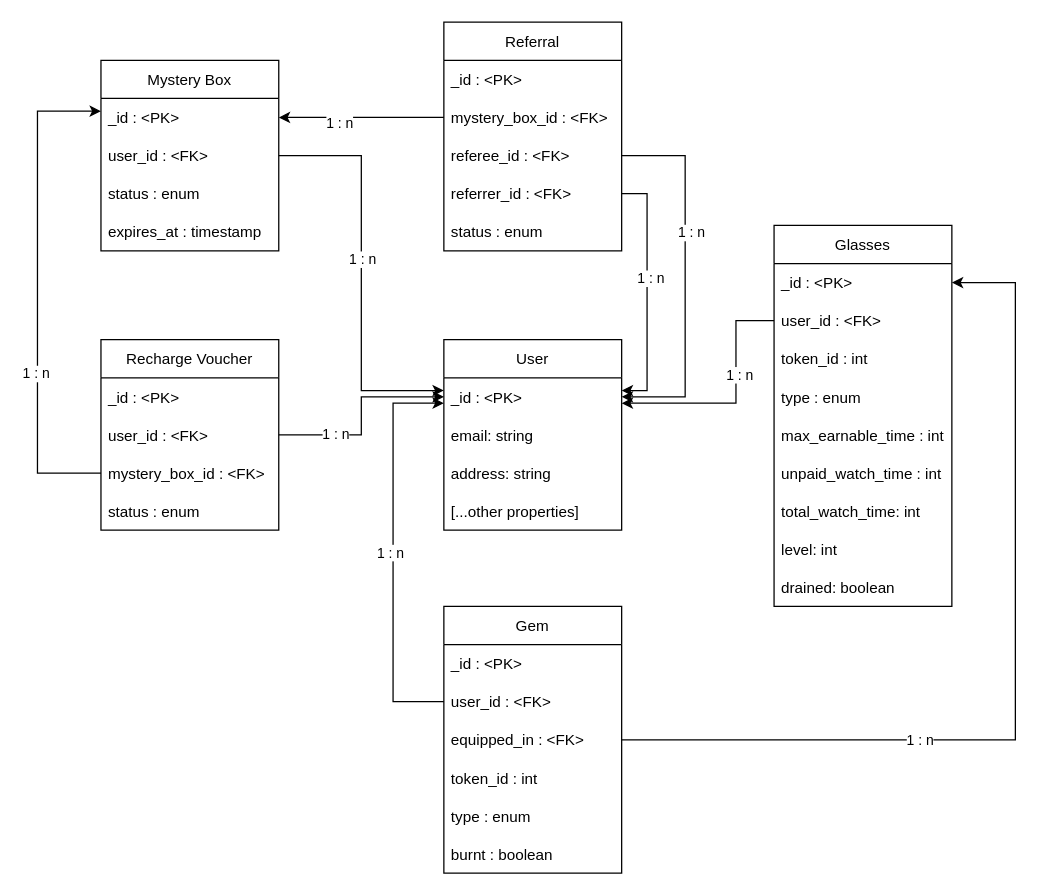
This is draw.io/script-tv.drawio from n4beel/diagrams, a draw.io file, before an edit. Source tidied: cells renumbered, new cells numbered last; positions are measured from the earlier drawing's top-left corner, leaving out a move shared by most shapes. Both pictures are drawn from the tidied source at 127%, with x=0, y=0 at pixel (37, 22).
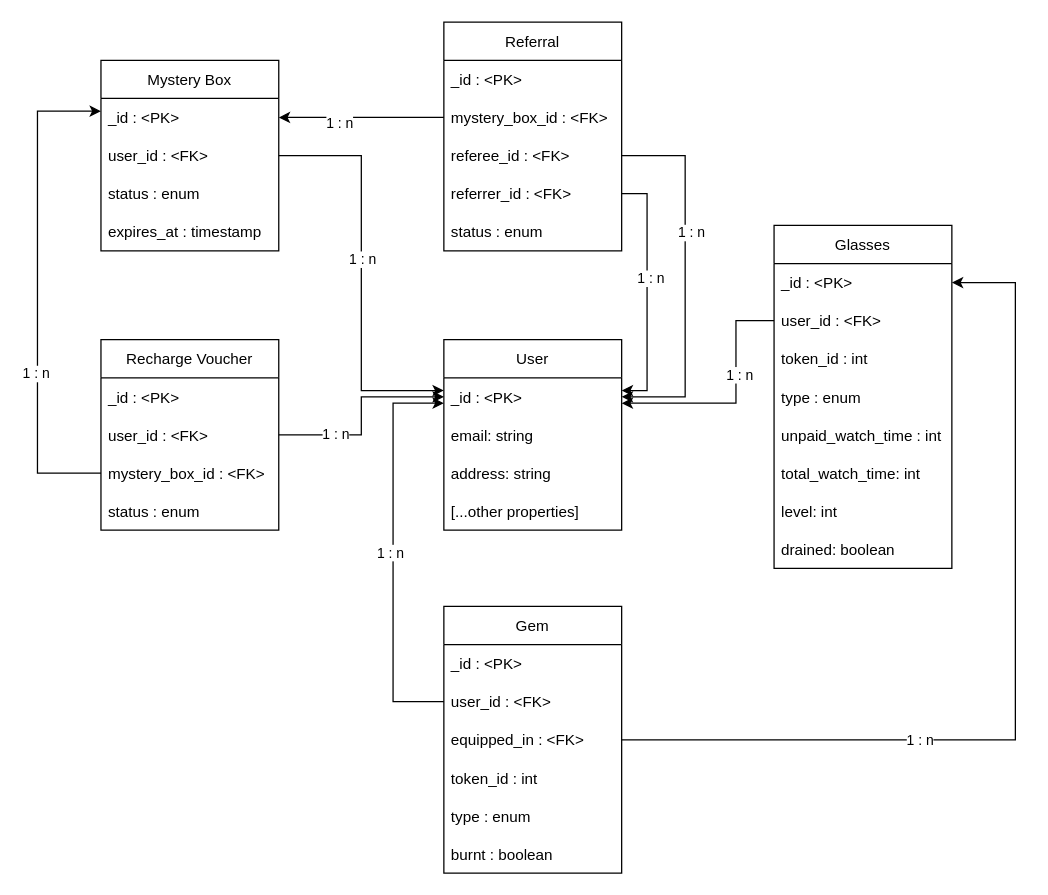
The same page after the edit.

The edit, as a diff of the source:
```diff
@@
     <mxCell id="19" value="Glasses" style="swimlane;fontStyle=0;horizontal=1;startSize=30;" parent="1" vertex="1">
-      <mxGeometry x="580" y="160" width="140" height="300" as="geometry" />
+      <mxGeometry x="580" y="160" width="140" height="270" as="geometry" />
     </mxCell>
@@
-    <mxCell id="24" value="max_earnable_time : int" style="text;strokeColor=none;fillColor=none;align=left;verticalAlign=middle;spacingLeft=4;spacingRight=4;overflow=hidden;" parent="19" vertex="1">
-      <mxGeometry y="150" width="140" height="30" as="geometry" />
-    </mxCell>
     <mxCell id="25" value="unpaid_watch_time : int" style="text;strokeColor=none;fillColor=none;align=left;verticalAlign=middle;spacingLeft=4;spacingRight=4;overflow=hidden;" parent="19" vertex="1">
-      <mxGeometry y="180" width="140" height="30" as="geometry" />
+      <mxGeometry y="150" width="140" height="30" as="geometry" />
     </mxCell>
     <mxCell id="26" value="total_watch_time: int" style="text;strokeColor=none;fillColor=none;align=left;verticalAlign=middle;spacingLeft=4;spacingRight=4;overflow=hidden;" parent="19" vertex="1">
-      <mxGeometry y="210" width="140" height="30" as="geometry" />
+      <mxGeometry y="180" width="140" height="30" as="geometry" />
     </mxCell>
     <mxCell id="27" value="level: int" style="text;strokeColor=none;fillColor=none;align=left;verticalAlign=middle;spacingLeft=4;spacingRight=4;overflow=hidden;" parent="19" vertex="1">
-      <mxGeometry y="240" width="140" height="30" as="geometry" />
+      <mxGeometry y="210" width="140" height="30" as="geometry" />
     </mxCell>
     <mxCell id="28" value="drained: boolean" style="text;strokeColor=none;fillColor=none;align=left;verticalAlign=middle;spacingLeft=4;spacingRight=4;overflow=hidden;" parent="19" vertex="1">
-      <mxGeometry y="270" width="140" height="30" as="geometry" />
+      <mxGeometry y="240" width="140" height="30" as="geometry" />
     </mxCell>
```
